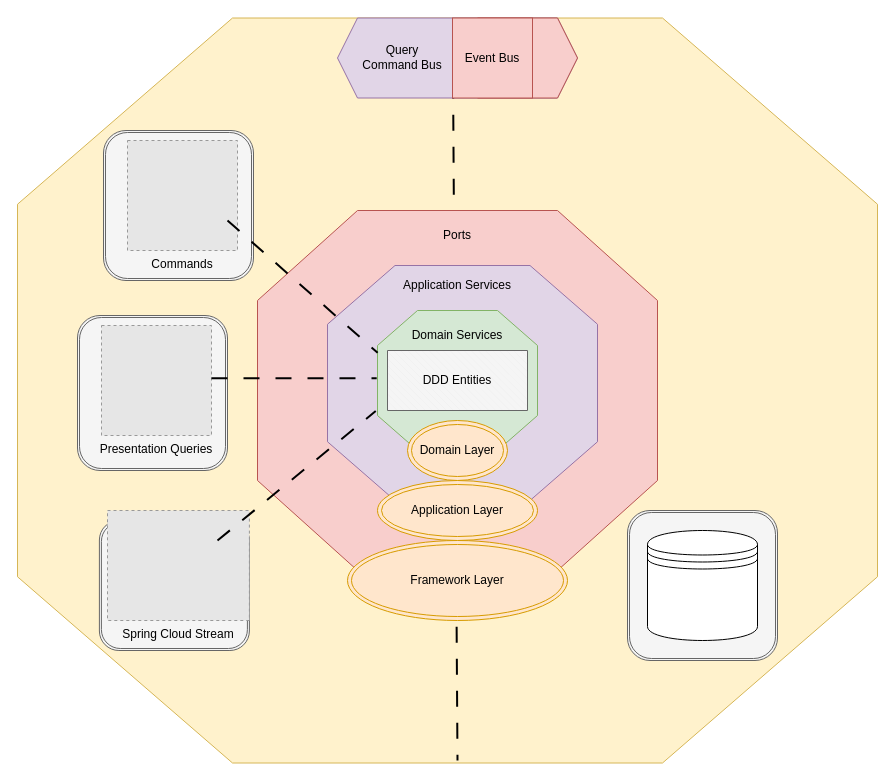
Before: page "Backend-Archticture" (2 of 3) of docs/System-Architecture.drawio in jasonhall0081/company-management, a draw.io diagram. Source tidied: cells renumbered, new cells numbered last; positions are measured from the earlier drawing's top-left corner, leaving out a move shared by most shapes. Both pictures are drawn from the tidied source at 100%, with x=0, y=0 at pixel (17, 18). Pictures stored in the file or linked from it are replaced by grey dashed boxes.
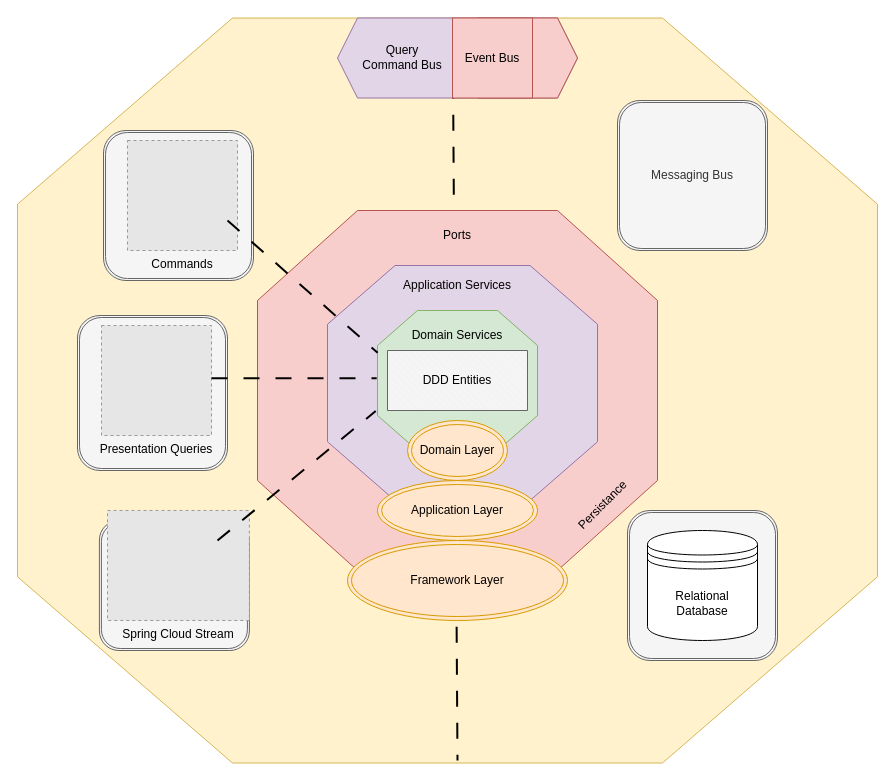
After the change.

Change to the diagram source:
```diff
@@
-    <mxCell id="29" style="shape=datastore;whiteSpace=wrap;html=1;labelBackgroundColor=none;fontColor=#000000;fillColor=#FFFFFF;gradientColor=none;" parent="1" vertex="1">
+    <mxCell id="29" value="Relational Database" style="shape=datastore;whiteSpace=wrap;html=1;labelBackgroundColor=none;fontColor=#000000;fillColor=#FFFFFF;gradientColor=none;" parent="1" vertex="1">
       <mxGeometry x="630" y="512" width="110" height="110" as="geometry" />
     </mxCell>
+    <mxCell id="30" value="Persistance" style="text;html=1;align=center;verticalAlign=middle;strokeColor=none;fillColor=none;fontColor=#000000;rotation=-45;" parent="1" vertex="1">
+      <mxGeometry x="540" y="472" width="90" height="30" as="geometry" />
+    </mxCell>
+    <mxCell id="31" value="Messaging Bus" style="shape=ext;double=1;rounded=1;whiteSpace=wrap;html=1;fillColor=#f5f5f5;strokeColor=#666666;fontColor=#333333;" parent="1" vertex="1">
+      <mxGeometry x="600" y="82" width="150" height="150" as="geometry" />
+    </mxCell>
```
